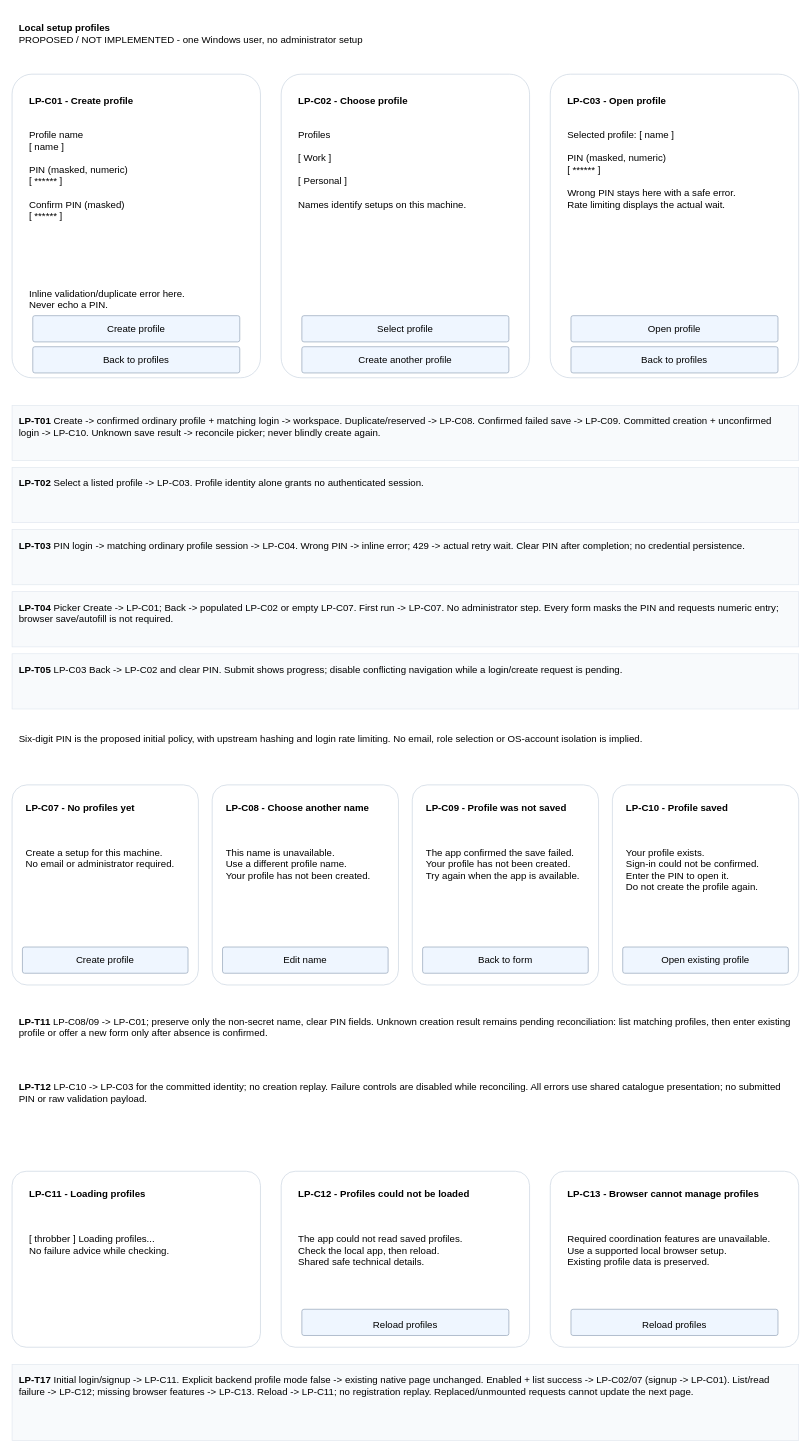
Before: page "Create and enter a local profile" (1 of 2) of projects/laomedo/subsystems/agent-execution/design/local-profiles.drawio in amadou-6e/specs, a draw.io diagram. Source tidied: cells renumbered, new cells numbered last; positions are measured from the earlier drawing's top-left corner, leaving out a move shared by most shapes. Both pictures are drawn from the tidied source at 69%, with x=0, y=0 at pixel (12, 12).
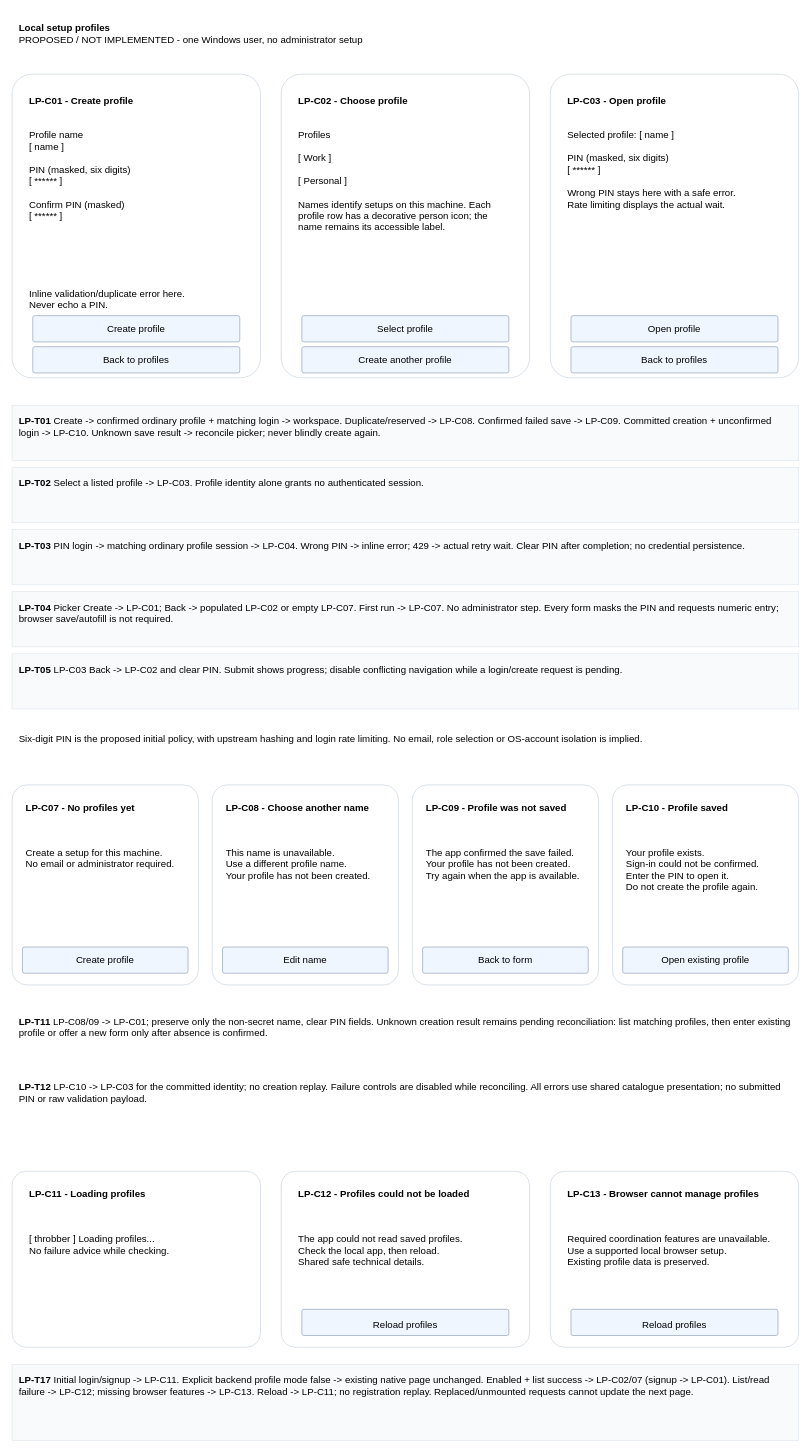
Above is the later version.

Commit message (it also covers changes not shown here):
Separate local logout scope and clarify profile entry presentation

The edit, as a diff of the source:
```diff
@@
-    <mxCell id="9" value="Profile name&lt;br&gt;[ name ]&lt;br&gt;&lt;br&gt;PIN (masked, numeric)&lt;br&gt;[ ****** ]&lt;br&gt;&lt;br&gt;Confirm PIN (masked)&lt;br&gt;[ ****** ]" style="whiteSpace=wrap;html=1;fontFamily=Arial;fontSize=14;align=left;verticalAlign=top;spacing=10;fillColor=none;strokeColor=none;" parent="1" vertex="1">
+    <mxCell id="9" value="Profile name&lt;br&gt;[ name ]&lt;br&gt;&lt;br&gt;PIN (masked, six digits)&lt;br&gt;[ ****** ]&lt;br&gt;&lt;br&gt;Confirm PIN (masked)&lt;br&gt;[ ****** ]" style="whiteSpace=wrap;html=1;fontFamily=Arial;fontSize=14;align=left;verticalAlign=top;spacing=10;fillColor=none;strokeColor=none;" parent="1" vertex="1">
       <mxGeometry x="15" y="155" width="330" height="225" as="geometry" />
     </mxCell>
@@
-    <mxCell id="13" value="Profiles&lt;br&gt;&lt;br&gt;[ Work ]&lt;br&gt;&lt;br&gt;[ Personal ]&lt;br&gt;&lt;br&gt;Names identify setups on this machine." style="whiteSpace=wrap;html=1;fontFamily=Arial;fontSize=14;align=left;verticalAlign=top;spacing=10;fillColor=none;strokeColor=none;" parent="1" vertex="1">
+    <mxCell id="13" value="Profiles&lt;br&gt;&lt;br&gt;[ Work ]&lt;br&gt;&lt;br&gt;[ Personal ]&lt;br&gt;&lt;br&gt;Names identify setups on this machine. Each profile row has a decorative person icon; the name remains its accessible label." style="whiteSpace=wrap;html=1;fontFamily=Arial;fontSize=14;align=left;verticalAlign=top;spacing=10;fillColor=none;strokeColor=none;" parent="1" vertex="1">
       <mxGeometry x="405" y="155" width="330" height="230" as="geometry" />
     </mxCell>
@@
-    <mxCell id="16" value="Selected profile: [ name ]&lt;br&gt;&lt;br&gt;PIN (masked, numeric)&lt;br&gt;[ ****** ]&lt;br&gt;&lt;br&gt;Wrong PIN stays here with a safe error.&lt;br&gt;Rate limiting displays the actual wait." style="whiteSpace=wrap;html=1;fontFamily=Arial;fontSize=14;align=left;verticalAlign=top;spacing=10;fillColor=none;strokeColor=none;" parent="1" vertex="1">
+    <mxCell id="16" value="Selected profile: [ name ]&lt;br&gt;&lt;br&gt;PIN (masked, six digits)&lt;br&gt;[ ****** ]&lt;br&gt;&lt;br&gt;Wrong PIN stays here with a safe error.&lt;br&gt;Rate limiting displays the actual wait." style="whiteSpace=wrap;html=1;fontFamily=Arial;fontSize=14;align=left;verticalAlign=top;spacing=10;fillColor=none;strokeColor=none;" parent="1" vertex="1">
       <mxGeometry x="795" y="155" width="330" height="230" as="geometry" />
     </mxCell>
```
